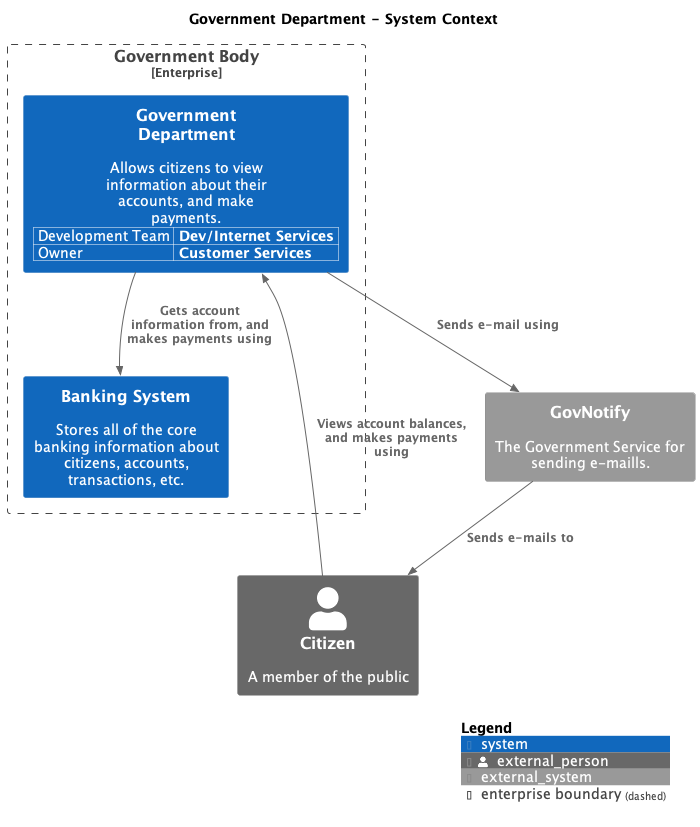
Before: main/png/SystemContext.png, a diagram exported from PlantUML (madetech/structurizr-template).
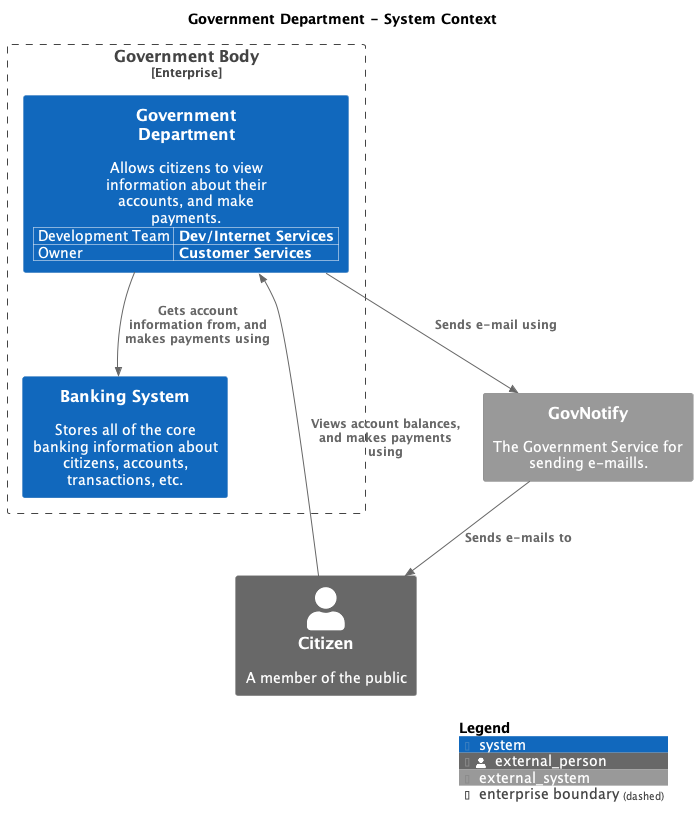
Above is the later version.

Diff of the diagram source:
```diff
@@ -4,24 +4,24 @@
 
 top to bottom direction
 
-!include /Users/runner/work/structurizr-template/structurizr-template/build/puml-cache/C4.puml
-!include /Users/runner/work/structurizr-template/structurizr-template/build/puml-cache/C4_Context.puml
+!include <C4/C4>
+!include <C4/C4_Context>
 
 Enterprise_Boundary(enterprise, "Government Body") {
-  System(BankingSystem, "Banking System", "Stores all of the core banking information about citizens, accounts, transactions, etc.", $tags="")
+  System(BankingSystem, "Banking System", $descr="Stores all of the core banking information about citizens, accounts, transactions, etc.", $tags="", $link="")
   WithoutPropertyHeader()
   AddProperty("Development Team","Dev/Internet Services")
   AddProperty("Owner","Customer Services")
-  System(GovernmentDepartment, "Government Department", "Allows citizens to view information about their accounts, and make payments.", $tags="")
+  System(GovernmentDepartment, "Government Department", $descr="Allows citizens to view information about their accounts, and make payments.", $tags="", $link="")
 }
 
-Person_Ext(Citizen, "Citizen", "A member of the public", $tags="")
-System_Ext(GovNotify, "GovNotify", "The Government Service for sending e-maills.", $tags="")
+Person_Ext(Citizen, "Citizen", $descr="A member of the public", $tags="", $link="")
+System_Ext(GovNotify, "GovNotify", $descr="The Government Service for sending e-maills.", $tags="", $link="")
 
-Rel_D(Citizen, GovernmentDepartment, "Views account balances, and makes payments using", $tags="")
-Rel_D(GovernmentDepartment, BankingSystem, "Gets account information from, and makes payments using", $tags="")
-Rel_D(GovernmentDepartment, GovNotify, "Sends e-mail using", $tags="")
-Rel_D(GovNotify, Citizen, "Sends e-mails to", $tags="")
+Rel_D(Citizen, GovernmentDepartment, "Views account balances, and makes payments using", $techn="", $tags="", $link="")
+Rel_D(GovernmentDepartment, BankingSystem, "Gets account information from, and makes payments using", $techn="", $tags="", $link="")
+Rel_D(GovernmentDepartment, GovNotify, "Sends e-mail using", $techn="", $tags="", $link="")
+Rel_D(GovNotify, Citizen, "Sends e-mails to", $techn="", $tags="", $link="")
 
 SHOW_LEGEND(true)
 @enduml
```
